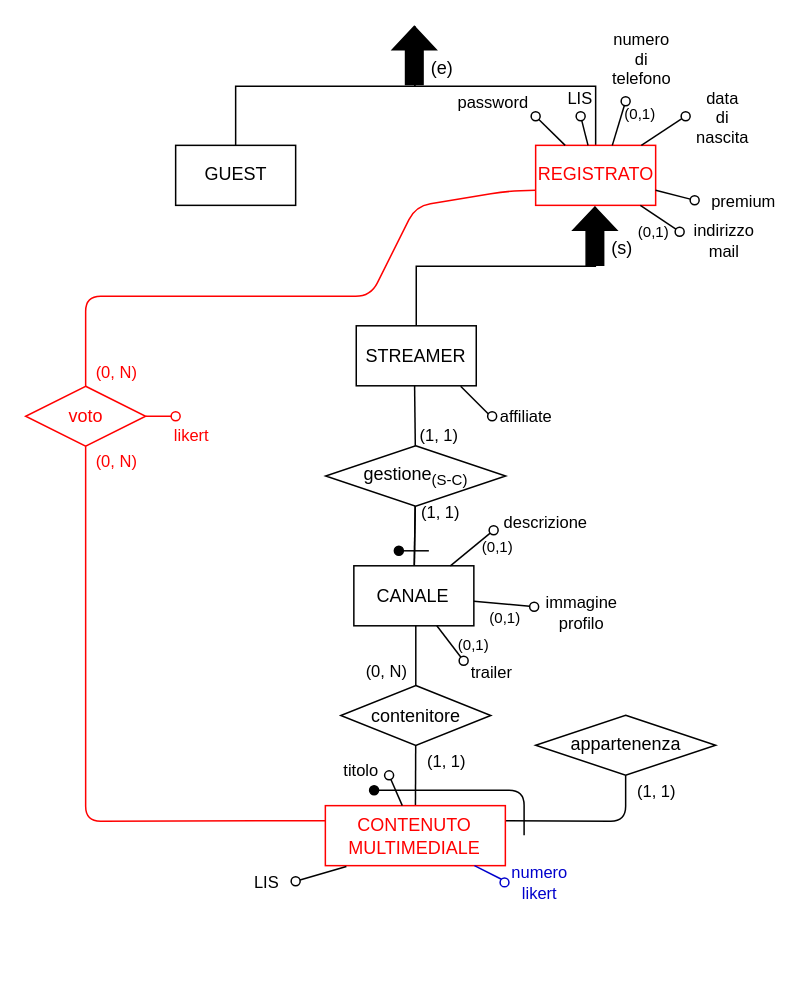
The draw.io diagram Progetto Esame - DBSperimentazioni A.A. 2023-2024/Diagrammi/ridondanze/2.3.1.1_rid_1_cor.drawio in Mattron2000/Basi_di_dati, before the edit. Source tidied: cells renumbered, new cells numbered last; positions are measured from the earlier drawing's top-left corner, leaving out a move shared by most shapes. Both pictures are drawn from the tidied source at 150%, with x=0, y=0 at pixel (26, 26).
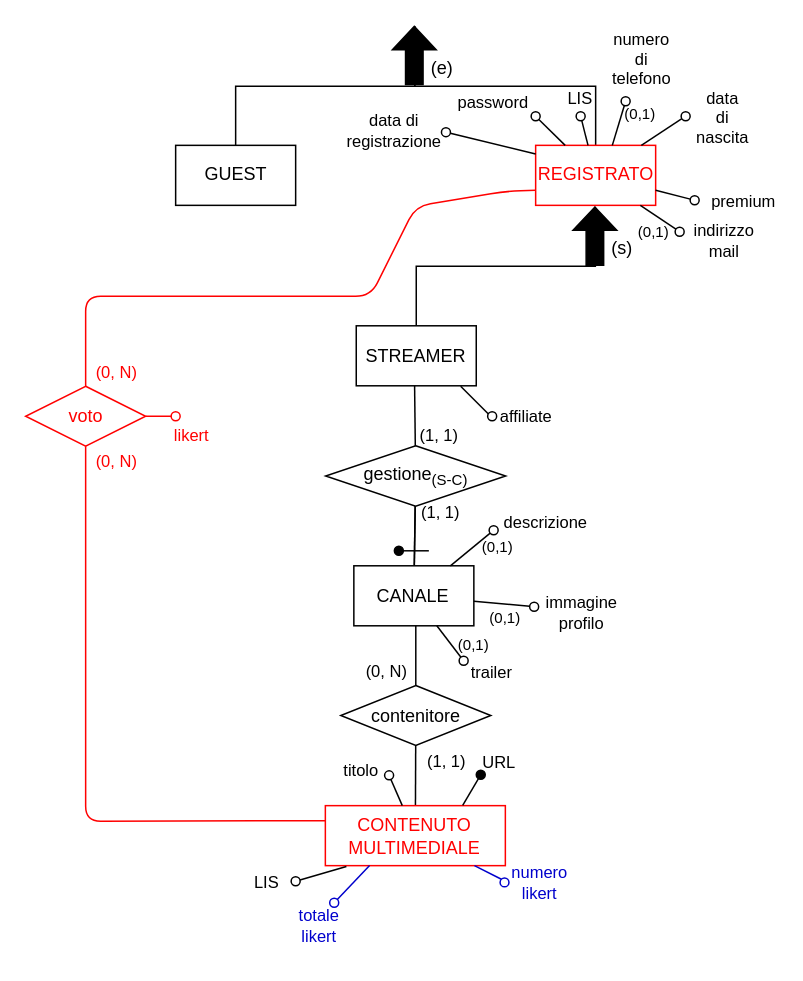
The same diagram, later.

The change refers to these unchanged cells:
```xml
<mxCell id="43" value="&lt;font color=&quot;#ff0000&quot;&gt;CONTENUTO&lt;br&gt;MULTIMEDIALE&lt;/font&gt;" style="rounded=0;whiteSpace=wrap;html=1;strokeColor=#FF0000;" parent="1" vertex="1">
  <mxGeometry x="199.4" y="519.6" width="120" height="40" as="geometry" />
</mxCell>
```

The edit, as a diff of the source:
```diff
@@
-    <mxCell id="42" style="edgeStyle=none;html=1;exitX=1;exitY=0.25;exitDx=0;exitDy=0;endArrow=none;endFill=0;" parent="1" edge="1" source="43" target="50">
-      <mxGeometry relative="1" as="geometry">
-        <Array as="points">
-          <mxPoint x="399.6" y="530" />
-        </Array>
-      </mxGeometry>
-    </mxCell>
@@
-    <mxCell id="48" style="endArrow=oval;html=1;fillStyle=auto;strokeWidth=1;startSize=6;endSize=6;fillColor=#000000;startArrow=none;startFill=0;endFill=1;" parent="1" edge="1">
-      <mxGeometry relative="1" as="geometry">
-        <mxPoint x="331.9" y="539.3" as="sourcePoint" />
-        <mxPoint x="231.9" y="509.3" as="targetPoint" />
-        <Array as="points">
-          <mxPoint x="331.9" y="509.3" />
-        </Array>
-      </mxGeometry>
-    </mxCell>
-    <mxCell id="49" value="(1, 1)" style="edgeLabel;html=1;align=center;verticalAlign=middle;" parent="1" vertex="1">
-      <mxGeometry x="419.8" y="509.8" as="geometry" />
-    </mxCell>
-    <mxCell id="50" value="appartenenza" style="rhombus;whiteSpace=wrap;html=1;" parent="1" vertex="1">
-      <mxGeometry x="339.6" y="459.3" width="120" height="40" as="geometry" />
-    </mxCell>
@@
+    <mxCell id="69" style="endArrow=oval;html=1;fillStyle=auto;strokeWidth=1;startSize=6;endSize=6;fillColor=#000000;startArrow=none;startFill=0;endFill=0;exitX=-0.003;exitY=0.13;exitDx=0;exitDy=0;exitPerimeter=0;fontSize=11;" parent="1" edge="1">
+      <mxGeometry relative="1" as="geometry">
+        <mxPoint x="339.6" y="85.2" as="sourcePoint" />
+        <mxPoint x="279.8" y="70.6" as="targetPoint" />
+      </mxGeometry>
+    </mxCell>
+    <mxCell id="70" value="data di&lt;br&gt;registrazione" style="text;html=1;align=center;verticalAlign=middle;strokeColor=none;fillColor=none;fontSize=11;" parent="1" vertex="1">
+      <mxGeometry x="199.6" y="50" width="90" height="40" as="geometry" />
+    </mxCell>
+    <mxCell id="71" value="&lt;font style=&quot;font-size: 11px;&quot;&gt;URL&lt;/font&gt;" style="text;html=1;align=center;verticalAlign=middle;strokeColor=none;fillColor=none;" parent="1" vertex="1">
+      <mxGeometry x="289.6" y="476" width="50" height="30" as="geometry" />
+    </mxCell>
+    <mxCell id="72" style="endArrow=oval;html=1;fillStyle=auto;strokeWidth=1;startSize=6;endSize=6;fillColor=#000000;startArrow=none;startFill=0;endFill=0;fontSize=11;exitX=0.288;exitY=0.997;exitDx=0;exitDy=0;exitPerimeter=0;strokeColor=#0000CC;" parent="1" edge="1">
+      <mxGeometry relative="1" as="geometry">
+        <mxPoint x="228.9" y="559.5" as="sourcePoint" />
+        <mxPoint x="205.3" y="584.3" as="targetPoint" />
+      </mxGeometry>
+    </mxCell>
+    <mxCell id="73" value="&lt;font color=&quot;#0000cc&quot;&gt;totale&lt;br&gt;likert&lt;/font&gt;" style="text;html=1;align=center;verticalAlign=middle;strokeColor=none;fillColor=none;fontSize=11;" parent="1" vertex="1">
+      <mxGeometry x="172.7" y="580.8" width="45" height="38" as="geometry" />
+    </mxCell>
+    <mxCell id="74" style="endArrow=oval;html=1;fillStyle=auto;strokeWidth=1;startSize=6;endSize=6;fillColor=#000000;startArrow=none;startFill=0;endFill=1;exitX=0.763;exitY=-0.005;exitDx=0;exitDy=0;exitPerimeter=0;" parent="1" edge="1" source="43">
+      <mxGeometry relative="1" as="geometry">
+        <mxPoint x="303" y="499" as="targetPoint" />
+      </mxGeometry>
+    </mxCell>
```
